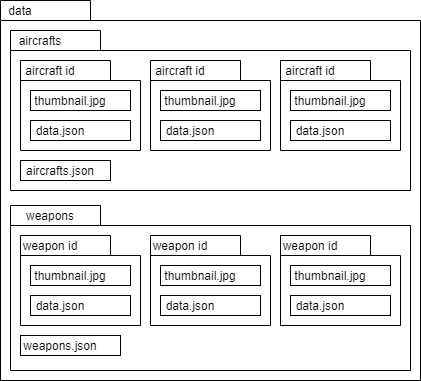
Before: data architecture.png, a diagram exported from draw.io (Dzsek/dcsdb). Source tidied: cells renumbered, new cells last; positions are measured from the earlier drawing's top-left corner, leaving out a move shared by most shapes. The source it was exported from:
```xml
<mxGraphModel>
  <root>
    <mxCell id="0" />
    <mxCell id="1" parent="0" />
    <mxCell id="2" style="shape=folder;fontStyle=1;spacingTop=10;tabWidth=90;tabHeight=20;tabPosition=left;html=1;" parent="1" vertex="1">
      <mxGeometry width="420" height="380" as="geometry" />
    </mxCell>
    <mxCell id="3" value="data" style="text;html=1;strokeColor=none;fillColor=none;align=center;verticalAlign=middle;whiteSpace=wrap;rounded=0;" parent="1" vertex="1">
      <mxGeometry width="40" height="20" as="geometry" />
    </mxCell>
    <mxCell id="4" style="shape=folder;fontStyle=1;spacingTop=10;tabWidth=90;tabHeight=20;tabPosition=left;html=1;" parent="1" vertex="1">
      <mxGeometry x="10" y="30" width="400" height="160" as="geometry" />
    </mxCell>
    <mxCell id="5" style="rounded=0;whiteSpace=wrap;html=1;" parent="1" vertex="1">
      <mxGeometry x="20" y="160" width="90" height="20" as="geometry" />
    </mxCell>
    <mxCell id="6" value="aircrafts.json" style="text;html=1;strokeColor=none;fillColor=none;align=center;verticalAlign=middle;whiteSpace=wrap;rounded=0;" parent="1" vertex="1">
      <mxGeometry x="40" y="160" width="40" height="20" as="geometry" />
    </mxCell>
    <mxCell id="7" value="aircrafts" style="text;html=1;strokeColor=none;fillColor=none;align=center;verticalAlign=middle;whiteSpace=wrap;rounded=0;" parent="1" vertex="1">
      <mxGeometry x="20" y="30" width="40" height="20" as="geometry" />
    </mxCell>
    <mxCell id="8" style="shape=folder;fontStyle=1;spacingTop=10;tabWidth=90;tabHeight=20;tabPosition=left;html=1;" parent="1" vertex="1">
      <mxGeometry x="20" y="60" width="120" height="90" as="geometry" />
    </mxCell>
    <mxCell id="9" value="aircraft id" style="text;html=1;strokeColor=none;fillColor=none;align=center;verticalAlign=middle;whiteSpace=wrap;rounded=0;" parent="1" vertex="1">
      <mxGeometry x="20" y="60" width="60" height="20" as="geometry" />
    </mxCell>
    <mxCell id="10" style="rounded=0;whiteSpace=wrap;html=1;" parent="1" vertex="1">
      <mxGeometry x="30" y="90" width="100" height="20" as="geometry" />
    </mxCell>
    <mxCell id="11" value="thumbnail.jpg" style="text;html=1;strokeColor=none;fillColor=none;align=center;verticalAlign=middle;whiteSpace=wrap;rounded=0;" parent="1" vertex="1">
      <mxGeometry x="30" y="90" width="80" height="20" as="geometry" />
    </mxCell>
    <mxCell id="12" style="rounded=0;whiteSpace=wrap;html=1;" parent="1" vertex="1">
      <mxGeometry x="30" y="120" width="100" height="20" as="geometry" />
    </mxCell>
    <mxCell id="13" value="data.json" style="text;html=1;strokeColor=none;fillColor=none;align=center;verticalAlign=middle;whiteSpace=wrap;rounded=0;" parent="1" vertex="1">
      <mxGeometry x="20" y="120" width="80" height="20" as="geometry" />
    </mxCell>
    <mxCell id="14" style="shape=folder;fontStyle=1;spacingTop=10;tabWidth=90;tabHeight=20;tabPosition=left;html=1;" parent="1" vertex="1">
      <mxGeometry x="150" y="60" width="120" height="90" as="geometry" />
    </mxCell>
    <mxCell id="15" value="aircraft id" style="text;html=1;strokeColor=none;fillColor=none;align=center;verticalAlign=middle;whiteSpace=wrap;rounded=0;" parent="1" vertex="1">
      <mxGeometry x="150" y="60" width="60" height="20" as="geometry" />
    </mxCell>
    <mxCell id="16" style="rounded=0;whiteSpace=wrap;html=1;" parent="1" vertex="1">
      <mxGeometry x="160" y="90" width="100" height="20" as="geometry" />
    </mxCell>
    <mxCell id="17" value="thumbnail.jpg" style="text;html=1;strokeColor=none;fillColor=none;align=center;verticalAlign=middle;whiteSpace=wrap;rounded=0;" parent="1" vertex="1">
      <mxGeometry x="160" y="90" width="80" height="20" as="geometry" />
    </mxCell>
    <mxCell id="18" style="rounded=0;whiteSpace=wrap;html=1;" parent="1" vertex="1">
      <mxGeometry x="160" y="120" width="100" height="20" as="geometry" />
    </mxCell>
    <mxCell id="19" value="data.json" style="text;html=1;strokeColor=none;fillColor=none;align=center;verticalAlign=middle;whiteSpace=wrap;rounded=0;" parent="1" vertex="1">
      <mxGeometry x="150" y="120" width="80" height="20" as="geometry" />
    </mxCell>
    <mxCell id="20" style="shape=folder;fontStyle=1;spacingTop=10;tabWidth=90;tabHeight=20;tabPosition=left;html=1;" parent="1" vertex="1">
      <mxGeometry x="280" y="60" width="120" height="90" as="geometry" />
    </mxCell>
    <mxCell id="21" value="aircraft id" style="text;html=1;strokeColor=none;fillColor=none;align=center;verticalAlign=middle;whiteSpace=wrap;rounded=0;" parent="1" vertex="1">
      <mxGeometry x="280" y="60" width="60" height="20" as="geometry" />
    </mxCell>
    <mxCell id="22" style="rounded=0;whiteSpace=wrap;html=1;" parent="1" vertex="1">
      <mxGeometry x="290" y="90" width="100" height="20" as="geometry" />
    </mxCell>
    <mxCell id="23" value="thumbnail.jpg" style="text;html=1;strokeColor=none;fillColor=none;align=center;verticalAlign=middle;whiteSpace=wrap;rounded=0;" parent="1" vertex="1">
      <mxGeometry x="290" y="90" width="80" height="20" as="geometry" />
    </mxCell>
    <mxCell id="24" style="rounded=0;whiteSpace=wrap;html=1;" parent="1" vertex="1">
      <mxGeometry x="290" y="120" width="100" height="20" as="geometry" />
    </mxCell>
    <mxCell id="25" value="data.json" style="text;html=1;strokeColor=none;fillColor=none;align=center;verticalAlign=middle;whiteSpace=wrap;rounded=0;" parent="1" vertex="1">
      <mxGeometry x="280" y="120" width="80" height="20" as="geometry" />
    </mxCell>
    <mxCell id="26" style="shape=folder;fontStyle=1;spacingTop=10;tabWidth=90;tabHeight=20;tabPosition=left;html=1;" parent="1" vertex="1">
      <mxGeometry x="10" y="205" width="400" height="165" as="geometry" />
    </mxCell>
    <mxCell id="27" value="weapons" style="text;html=1;strokeColor=none;fillColor=none;align=center;verticalAlign=middle;whiteSpace=wrap;rounded=0;" parent="1" vertex="1">
      <mxGeometry x="30" y="205" width="40" height="20" as="geometry" />
    </mxCell>
    <mxCell id="28" style="shape=folder;fontStyle=1;spacingTop=10;tabWidth=90;tabHeight=20;tabPosition=left;html=1;" parent="1" vertex="1">
      <mxGeometry x="20" y="235" width="120" height="90" as="geometry" />
    </mxCell>
    <mxCell id="29" value="weapon id" style="text;html=1;strokeColor=none;fillColor=none;align=center;verticalAlign=middle;whiteSpace=wrap;rounded=0;" parent="1" vertex="1">
      <mxGeometry x="20" y="235" width="60" height="20" as="geometry" />
    </mxCell>
    <mxCell id="30" style="rounded=0;whiteSpace=wrap;html=1;" parent="1" vertex="1">
      <mxGeometry x="30" y="265" width="100" height="20" as="geometry" />
    </mxCell>
    <mxCell id="31" value="thumbnail.jpg" style="text;html=1;strokeColor=none;fillColor=none;align=center;verticalAlign=middle;whiteSpace=wrap;rounded=0;" parent="1" vertex="1">
      <mxGeometry x="30" y="265" width="80" height="20" as="geometry" />
    </mxCell>
    <mxCell id="32" style="rounded=0;whiteSpace=wrap;html=1;" parent="1" vertex="1">
      <mxGeometry x="30" y="295" width="100" height="20" as="geometry" />
    </mxCell>
    <mxCell id="33" value="data.json" style="text;html=1;strokeColor=none;fillColor=none;align=center;verticalAlign=middle;whiteSpace=wrap;rounded=0;" parent="1" vertex="1">
      <mxGeometry x="20" y="295" width="80" height="20" as="geometry" />
    </mxCell>
    <mxCell id="34" style="shape=folder;fontStyle=1;spacingTop=10;tabWidth=90;tabHeight=20;tabPosition=left;html=1;" parent="1" vertex="1">
      <mxGeometry x="150" y="235" width="120" height="90" as="geometry" />
    </mxCell>
    <mxCell id="35" style="rounded=0;whiteSpace=wrap;html=1;" parent="1" vertex="1">
      <mxGeometry x="160" y="265" width="100" height="20" as="geometry" />
    </mxCell>
    <mxCell id="36" value="thumbnail.jpg" style="text;html=1;strokeColor=none;fillColor=none;align=center;verticalAlign=middle;whiteSpace=wrap;rounded=0;" parent="1" vertex="1">
      <mxGeometry x="160" y="265" width="80" height="20" as="geometry" />
    </mxCell>
    <mxCell id="37" style="rounded=0;whiteSpace=wrap;html=1;" parent="1" vertex="1">
      <mxGeometry x="160" y="295" width="100" height="20" as="geometry" />
    </mxCell>
    <mxCell id="38" value="data.json" style="text;html=1;strokeColor=none;fillColor=none;align=center;verticalAlign=middle;whiteSpace=wrap;rounded=0;" parent="1" vertex="1">
      <mxGeometry x="150" y="295" width="80" height="20" as="geometry" />
    </mxCell>
    <mxCell id="39" style="shape=folder;fontStyle=1;spacingTop=10;tabWidth=90;tabHeight=20;tabPosition=left;html=1;" parent="1" vertex="1">
      <mxGeometry x="280" y="235" width="120" height="90" as="geometry" />
    </mxCell>
    <mxCell id="40" style="rounded=0;whiteSpace=wrap;html=1;" parent="1" vertex="1">
      <mxGeometry x="290" y="265" width="100" height="20" as="geometry" />
    </mxCell>
    <mxCell id="41" value="thumbnail.jpg" style="text;html=1;strokeColor=none;fillColor=none;align=center;verticalAlign=middle;whiteSpace=wrap;rounded=0;" parent="1" vertex="1">
      <mxGeometry x="290" y="265" width="80" height="20" as="geometry" />
    </mxCell>
    <mxCell id="42" style="rounded=0;whiteSpace=wrap;html=1;" parent="1" vertex="1">
      <mxGeometry x="290" y="295" width="100" height="20" as="geometry" />
    </mxCell>
    <mxCell id="43" value="data.json" style="text;html=1;strokeColor=none;fillColor=none;align=center;verticalAlign=middle;whiteSpace=wrap;rounded=0;" parent="1" vertex="1">
      <mxGeometry x="280" y="295" width="80" height="20" as="geometry" />
    </mxCell>
    <mxCell id="44" value="weapon id" style="text;html=1;strokeColor=none;fillColor=none;align=center;verticalAlign=middle;whiteSpace=wrap;rounded=0;" parent="1" vertex="1">
      <mxGeometry x="150" y="235" width="60" height="20" as="geometry" />
    </mxCell>
    <mxCell id="45" value="weapon id" style="text;html=1;strokeColor=none;fillColor=none;align=center;verticalAlign=middle;whiteSpace=wrap;rounded=0;" parent="1" vertex="1">
      <mxGeometry x="280" y="235" width="60" height="20" as="geometry" />
    </mxCell>
    <mxCell id="46" style="rounded=0;whiteSpace=wrap;html=1;" parent="1" vertex="1">
      <mxGeometry x="20" y="335" width="100" height="20" as="geometry" />
    </mxCell>
    <mxCell id="47" value="weapons.json" style="text;html=1;strokeColor=none;fillColor=none;align=center;verticalAlign=middle;whiteSpace=wrap;rounded=0;" parent="1" vertex="1">
      <mxGeometry x="40" y="335" width="40" height="20" as="geometry" />
    </mxCell>
  </root>
</mxGraphModel>
```
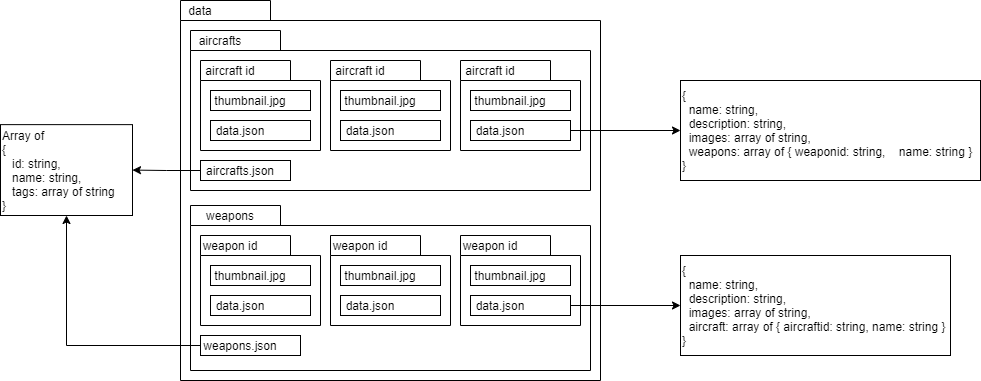
Later version of the same file.

Commit message:
added data contents to architecture

Change to the diagram source:
```diff
@@ -11,6 +11,9 @@
     <mxCell id="4" style="shape=folder;fontStyle=1;spacingTop=10;tabWidth=90;tabHeight=20;tabPosition=left;html=1;" parent="1" vertex="1">
       <mxGeometry x="10" y="30" width="400" height="160" as="geometry" />
     </mxCell>
+    <mxCell id="48" style="edgeStyle=orthogonalEdgeStyle;rounded=0;jettySize=auto;html=1;entryX=1;entryY=0.5;entryDx=0;entryDy=0;" parent="1" edge="1" source="5" target="53">
+      <mxGeometry relative="1" as="geometry" />
+    </mxCell>
     <mxCell id="5" style="rounded=0;whiteSpace=wrap;html=1;" parent="1" vertex="1">
       <mxGeometry x="20" y="160" width="90" height="20" as="geometry" />
     </mxCell>
@@ -68,6 +71,9 @@
     <mxCell id="23" value="thumbnail.jpg" style="text;html=1;strokeColor=none;fillColor=none;align=center;verticalAlign=middle;whiteSpace=wrap;rounded=0;" parent="1" vertex="1">
       <mxGeometry x="290" y="90" width="80" height="20" as="geometry" />
     </mxCell>
+    <mxCell id="49" style="edgeStyle=orthogonalEdgeStyle;rounded=0;jettySize=auto;html=1;" parent="1" edge="1" source="24" target="52">
+      <mxGeometry relative="1" as="geometry" />
+    </mxCell>
     <mxCell id="24" style="rounded=0;whiteSpace=wrap;html=1;" parent="1" vertex="1">
       <mxGeometry x="290" y="120" width="100" height="20" as="geometry" />
     </mxCell>
@@ -122,6 +128,9 @@
     <mxCell id="41" value="thumbnail.jpg" style="text;html=1;strokeColor=none;fillColor=none;align=center;verticalAlign=middle;whiteSpace=wrap;rounded=0;" parent="1" vertex="1">
       <mxGeometry x="290" y="265" width="80" height="20" as="geometry" />
     </mxCell>
+    <mxCell id="50" style="edgeStyle=orthogonalEdgeStyle;rounded=0;jettySize=auto;html=1;entryX=0;entryY=0.5;entryDx=0;entryDy=0;" parent="1" edge="1" source="42" target="54">
+      <mxGeometry relative="1" as="geometry" />
+    </mxCell>
     <mxCell id="42" style="rounded=0;whiteSpace=wrap;html=1;" parent="1" vertex="1">
       <mxGeometry x="290" y="295" width="100" height="20" as="geometry" />
     </mxCell>
@@ -134,11 +143,23 @@
     <mxCell id="45" value="weapon id" style="text;html=1;strokeColor=none;fillColor=none;align=center;verticalAlign=middle;whiteSpace=wrap;rounded=0;" parent="1" vertex="1">
       <mxGeometry x="280" y="235" width="60" height="20" as="geometry" />
     </mxCell>
+    <mxCell id="51" style="edgeStyle=orthogonalEdgeStyle;rounded=0;jettySize=auto;html=1;entryX=0.5;entryY=1;entryDx=0;entryDy=0;" parent="1" edge="1" source="46" target="53">
+      <mxGeometry relative="1" as="geometry" />
+    </mxCell>
     <mxCell id="46" style="rounded=0;whiteSpace=wrap;html=1;" parent="1" vertex="1">
       <mxGeometry x="20" y="335" width="100" height="20" as="geometry" />
     </mxCell>
     <mxCell id="47" value="weapons.json" style="text;html=1;strokeColor=none;fillColor=none;align=center;verticalAlign=middle;whiteSpace=wrap;rounded=0;" parent="1" vertex="1">
       <mxGeometry x="40" y="335" width="40" height="20" as="geometry" />
     </mxCell>
+    <mxCell id="52" value="&lt;div&gt;{&lt;/div&gt;&lt;div&gt;&lt;span&gt;&lt;/span&gt;&amp;nbsp; name: string,&lt;/div&gt;&lt;div&gt;&lt;span&gt;&lt;/span&gt;&amp;nbsp; description: string,&lt;/div&gt;&lt;div&gt;&lt;span&gt;&lt;/span&gt;&amp;nbsp; images: array of string,&lt;/div&gt;&lt;div&gt;&lt;span&gt;&lt;/span&gt;&amp;nbsp; weapons: array of { weaponid: string,&amp;nbsp; &amp;nbsp; name: string }&lt;/div&gt;&lt;div&gt;}&lt;/div&gt;" style="rounded=0;whiteSpace=wrap;html=1;align=left;verticalAlign=middle;" parent="1" vertex="1">
+      <mxGeometry x="500" y="80" width="300" height="100" as="geometry" />
+    </mxCell>
+    <mxCell id="53" value="&lt;span&gt;Array of&lt;br&gt;{&lt;/span&gt;&lt;br&gt;&lt;span&gt;&amp;nbsp; &amp;nbsp;id: string,&lt;/span&gt;&lt;br&gt;&lt;span&gt;&amp;nbsp; &amp;nbsp;name: string,&lt;/span&gt;&lt;br&gt;&lt;span&gt;&amp;nbsp; &amp;nbsp;tags: array of string&lt;/span&gt;&lt;br&gt;&lt;span&gt;}&lt;/span&gt;" style="rounded=0;whiteSpace=wrap;html=1;align=left;" parent="1" vertex="1">
+      <mxGeometry x="-180" y="124.1" width="132" height="90.9" as="geometry" />
+    </mxCell>
+    <mxCell id="54" value="&lt;div&gt;{&lt;/div&gt;&lt;div&gt;&amp;nbsp; name: string,&lt;/div&gt;&lt;div&gt;&amp;nbsp; description: string,&lt;/div&gt;&lt;div&gt;&amp;nbsp; images: array of string,&lt;/div&gt;&lt;div&gt;&amp;nbsp; aircraft: array of { aircraftid: string, name: string }&lt;/div&gt;&lt;div&gt;}&lt;/div&gt;" style="rounded=0;whiteSpace=wrap;html=1;align=left;verticalAlign=middle;" parent="1" vertex="1">
+      <mxGeometry x="500" y="255" width="270" height="100" as="geometry" />
+    </mxCell>
   </root>
 </mxGraphModel>
```
